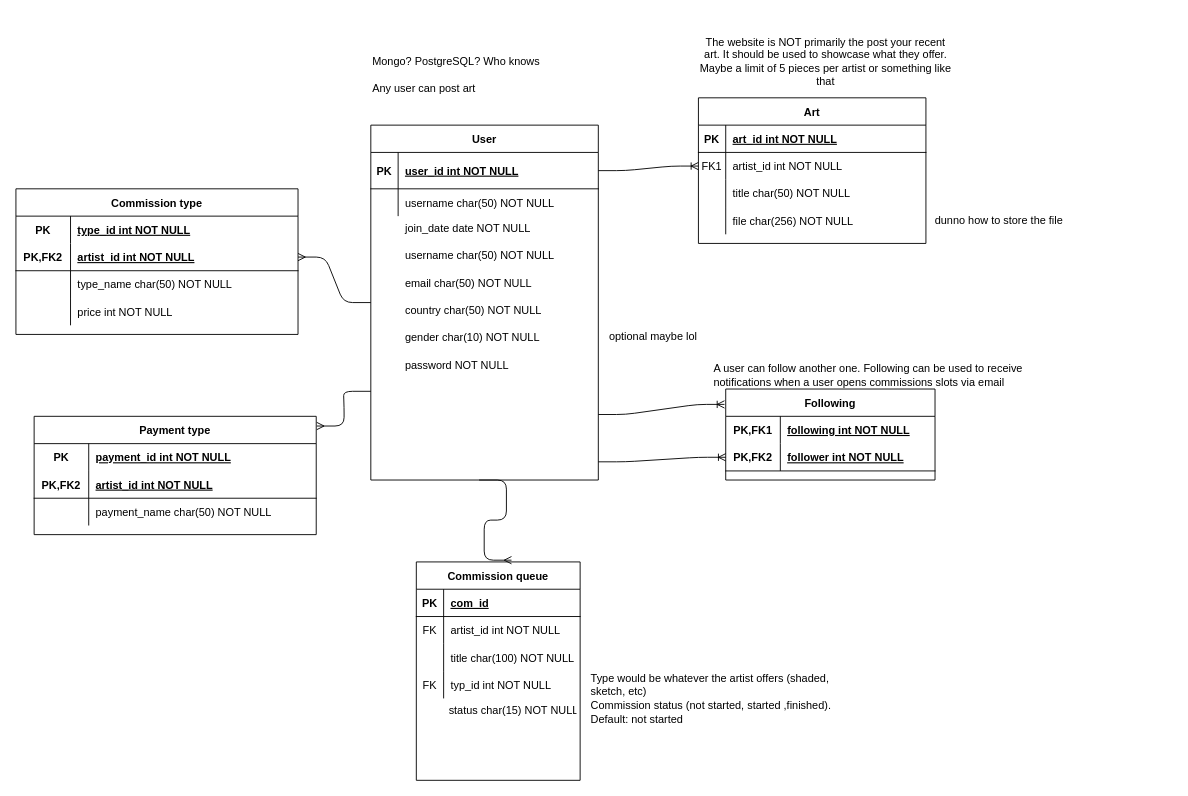
luismzk/commission-website keeps this draw.io diagram as Untitled Diagram.drawio. Above is the earlier version. Source tidied: cells renumbered, new cells numbered last; positions are measured from the earlier drawing's top-left corner, leaving out a move shared by most shapes. Both pictures are drawn from the tidied source at 91%, with x=0, y=0 at pixel (15, 15).
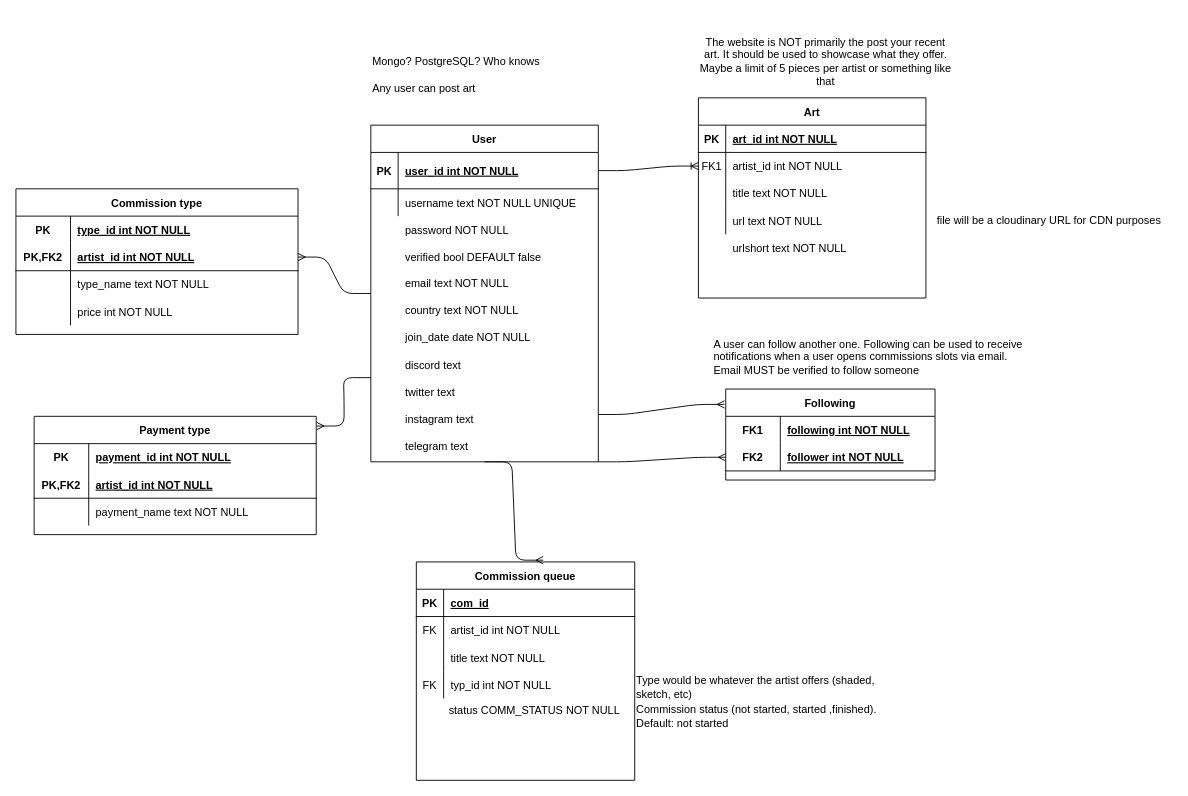
The same diagram, later.

Unchanged cells that the change refers to:
```xml
<mxCell id="20" style="shape=partialRectangle;fillColor=none;top=0;left=0;right=0;bottom=0;" parent="16" vertex="1">
  <mxGeometry y="70" width="250" height="30" as="geometry" />
</mxCell>
<mxCell id="56" value="Following" style="shape=table;startSize=30;childLayout=tableLayout;rowLines=0;fontStyle=1;align=center;" parent="1" vertex="1">
  <mxGeometry x="780" y="410" width="230" height="100" as="geometry" />
</mxCell>
<mxCell id="57" style="shape=partialRectangle;fillColor=none;top=0;left=0;bottom=0;right=0;" parent="56" vertex="1">
  <mxGeometry y="30" width="230" height="30" as="geometry" />
</mxCell>
<mxCell id="60" style="shape=partialRectangle;fillColor=none;top=0;left=0;bottom=1;right=0;points=[[0,0.5],[1,0.5]];portConstraint=eastwest;" parent="56" vertex="1">
  <mxGeometry y="60" width="230" height="30" as="geometry" />
</mxCell>
<mxCell id="70" style="shape=partialRectangle;fillColor=none;top=0;left=0;bottom=0;right=0;" parent="63" vertex="1">
  <mxGeometry y="90" width="310" height="30" as="geometry" />
</mxCell>
<mxCell id="84" style="shape=partialRectangle;fillColor=none;top=0;left=0;bottom=0;right=0;" parent="77" vertex="1">
  <mxGeometry y="90" width="310" height="30" as="geometry" />
</mxCell>
```

The edit, as a diff of the source:
```diff
@@
     <mxCell id="3" value="Art" style="shape=table;startSize=30;childLayout=tableLayout;rowLines=0;fontStyle=1;align=center;" parent="1" vertex="1">
-      <mxGeometry x="750" y="90" width="250" height="160" as="geometry" />
+      <mxGeometry x="750" y="90" width="250" height="220" as="geometry" />
     </mxCell>
@@
     <mxCell id="16" value="User" style="shape=table;startSize=30;childLayout=tableLayout;rowLines=0;fontStyle=1;align=center;" parent="1" vertex="1">
-      <mxGeometry x="390" y="120" width="250" height="390" as="geometry" />
+      <mxGeometry x="390" y="120" width="250" height="370" as="geometry" />
     </mxCell>
@@
-    <mxCell id="22" value="username char(50) NOT NULL" style="shape=partialRectangle;overflow=hidden;fillColor=none;top=0;left=0;bottom=0;right=0;align=left;spacingLeft=6;" parent="20" vertex="1">
+    <mxCell id="22" value="username text NOT NULL UNIQUE" style="shape=partialRectangle;overflow=hidden;fillColor=none;top=0;left=0;bottom=0;right=0;align=left;spacingLeft=6;" parent="20" vertex="1">
       <mxGeometry x="30" width="220" height="30" as="geometry" />
     </mxCell>
@@
     <mxCell id="24" value="join_date date NOT NULL" style="shape=partialRectangle;overflow=hidden;fillColor=none;top=0;left=0;bottom=0;right=0;align=left;spacingLeft=6;" parent="1" vertex="1">
-      <mxGeometry x="420" y="218" width="220" height="30" as="geometry" />
+      <mxGeometry x="420" y="338" width="220" height="30" as="geometry" />
     </mxCell>
-    <mxCell id="25" value="username char(50) NOT NULL" style="shape=partialRectangle;overflow=hidden;fillColor=none;top=0;left=0;bottom=0;right=0;align=left;spacingLeft=6;" parent="1" vertex="1">
-      <mxGeometry x="420" y="248" width="220" height="30" as="geometry" />
-    </mxCell>
-    <mxCell id="26" value="email char(50) NOT NULL" style="shape=partialRectangle;overflow=hidden;fillColor=none;top=0;left=0;bottom=0;right=0;align=left;spacingLeft=6;" parent="1" vertex="1">
+    <mxCell id="26" value="email text NOT NULL" style="shape=partialRectangle;overflow=hidden;fillColor=none;top=0;left=0;bottom=0;right=0;align=left;spacingLeft=6;" parent="1" vertex="1">
       <mxGeometry x="420" y="278" width="220" height="30" as="geometry" />
     </mxCell>
-    <mxCell id="27" value="country char(50) NOT NULL" style="shape=partialRectangle;overflow=hidden;fillColor=none;top=0;left=0;bottom=0;right=0;align=left;spacingLeft=6;" parent="1" vertex="1">
+    <mxCell id="27" value="country text NOT NULL" style="shape=partialRectangle;overflow=hidden;fillColor=none;top=0;left=0;bottom=0;right=0;align=left;spacingLeft=6;" parent="1" vertex="1">
       <mxGeometry x="420" y="308" width="220" height="30" as="geometry" />
     </mxCell>
-    <mxCell id="28" value="gender char(10) NOT NULL" style="shape=partialRectangle;overflow=hidden;fillColor=none;top=0;left=0;bottom=0;right=0;align=left;spacingLeft=6;" parent="1" vertex="1">
-      <mxGeometry x="420" y="338" width="220" height="30" as="geometry" />
-    </mxCell>
-    <mxCell id="29" value="optional maybe lol" style="text;html=1;align=center;verticalAlign=middle;" parent="1" vertex="1">
-      <mxGeometry x="640" y="343" width="120" height="20" as="geometry" />
-    </mxCell>
-    <mxCell id="30" value="title char(50) NOT NULL" style="shape=partialRectangle;overflow=hidden;fillColor=none;top=0;left=0;bottom=0;right=0;align=left;spacingLeft=6;" parent="1" vertex="1">
+    <mxCell id="30" value="title text NOT NULL" style="shape=partialRectangle;overflow=hidden;fillColor=none;top=0;left=0;bottom=0;right=0;align=left;spacingLeft=6;" parent="1" vertex="1">
       <mxGeometry x="780" y="180" width="220" height="30" as="geometry" />
     </mxCell>
-    <mxCell id="31" value="file char(256) NOT NULL" style="shape=partialRectangle;overflow=hidden;fillColor=none;top=0;left=0;bottom=0;right=0;align=left;spacingLeft=6;" parent="1" vertex="1">
+    <mxCell id="31" value="url text NOT NULL" style="shape=partialRectangle;overflow=hidden;fillColor=none;top=0;left=0;bottom=0;right=0;align=left;spacingLeft=6;" parent="1" vertex="1">
       <mxGeometry x="780" y="210" width="220" height="30" as="geometry" />
     </mxCell>
-    <mxCell id="32" value="dunno how to store the file" style="text;html=1;align=center;verticalAlign=middle;" parent="1" vertex="1">
-      <mxGeometry x="1000" y="215" width="160" height="20" as="geometry" />
+    <mxCell id="32" value="file will be a cloudinary URL for CDN purposes" style="text;html=1;align=center;verticalAlign=middle;" parent="1" vertex="1">
+      <mxGeometry x="1000" y="215" width="270" height="20" as="geometry" />
     </mxCell>
@@
-    <mxCell id="34" value="A user can follow another one. Following can be used to receive notifications when a user opens commissions slots via email" style="text;html=1;strokeColor=none;fillColor=none;align=left;verticalAlign=middle;whiteSpace=wrap;rounded=0;" parent="1" vertex="1">
-      <mxGeometry x="765" y="380" width="390" height="30" as="geometry" />
+    <mxCell id="34" value="&lt;div&gt;A user can follow another one. Following can be used to receive notifications when a user opens commissions slots via email.&lt;/div&gt;&lt;div&gt;Email MUST be verified to follow someone&lt;br&gt;&lt;/div&gt;" style="text;html=1;strokeColor=none;fillColor=none;align=left;verticalAlign=middle;whiteSpace=wrap;rounded=0;" parent="1" vertex="1">
+      <mxGeometry x="765" y="340" width="390" height="70" as="geometry" />
     </mxCell>
     <mxCell id="35" value="password NOT NULL" style="shape=partialRectangle;overflow=hidden;fillColor=none;top=0;left=0;bottom=0;right=0;align=left;spacingLeft=6;" parent="1" vertex="1">
-      <mxGeometry x="420" y="368" width="220" height="30" as="geometry" />
+      <mxGeometry x="420" y="220" width="220" height="30" as="geometry" />
     </mxCell>
@@
-    <mxCell id="37" style="edgeStyle=entityRelationEdgeStyle;fontSize=12;html=1;endArrow=ERoneToMany;startArrow=none;entryX=-0.006;entryY=0.169;entryDx=0;entryDy=0;entryPerimeter=0;startFill=0;" parent="1" edge="1" target="56">
+    <mxCell id="37" style="edgeStyle=entityRelationEdgeStyle;fontSize=12;html=1;endArrow=ERmany;startArrow=none;entryX=-0.006;entryY=0.169;entryDx=0;entryDy=0;entryPerimeter=0;startFill=0;endFill=0;" parent="1" edge="1" target="56">
       <mxGeometry relative="1" as="geometry">
         <mxPoint x="640" y="438" as="sourcePoint" />
       </mxGeometry>
     </mxCell>
-    <mxCell id="38" style="edgeStyle=entityRelationEdgeStyle;fontSize=12;html=1;endArrow=ERoneToMany;startArrow=none;entryX=0;entryY=0.5;entryDx=0;entryDy=0;startFill=0;endFill=0;" parent="1" edge="1" target="60">
+    <mxCell id="38" style="edgeStyle=entityRelationEdgeStyle;fontSize=12;html=1;endArrow=ERmany;startArrow=none;entryX=0;entryY=0.5;entryDx=0;entryDy=0;startFill=0;endFill=0;" parent="1" edge="1" target="60">
       <mxGeometry relative="1" as="geometry">
         <mxPoint x="640" y="490" as="sourcePoint" />
       </mxGeometry>
     </mxCell>
     <mxCell id="39" value="Commission queue" style="shape=table;startSize=30;childLayout=tableLayout;rowLines=0;fontStyle=1;align=center;" parent="1" vertex="1">
-      <mxGeometry x="440" y="600" width="180" height="240" as="geometry" />
+      <mxGeometry x="440" y="600" width="240" height="240" as="geometry" />
     </mxCell>
     <mxCell id="40" style="shape=partialRectangle;fillColor=none;top=0;left=0;bottom=1;right=0;" parent="39" vertex="1">
-      <mxGeometry y="30" width="180" height="30" as="geometry" />
+      <mxGeometry y="30" width="240" height="30" as="geometry" />
     </mxCell>
@@
     <mxCell id="42" value="com_id" style="shape=partialRectangle;fillColor=none;top=0;left=0;bottom=0;right=0;align=left;spacingLeft=6;fontStyle=5;overflow=hidden;" parent="40" vertex="1">
-      <mxGeometry x="30" width="150" height="30" as="geometry" />
+      <mxGeometry x="30" width="210" height="30" as="geometry" />
     </mxCell>
     <mxCell id="43" style="shape=partialRectangle;fillColor=none;top=0;left=0;bottom=0;right=0;" parent="39" vertex="1">
-      <mxGeometry y="60" width="180" height="30" as="geometry" />
+      <mxGeometry y="60" width="240" height="30" as="geometry" />
     </mxCell>
@@
     <mxCell id="45" value="artist_id int NOT NULL" style="shape=partialRectangle;fillColor=none;top=0;left=0;bottom=0;right=0;align=left;spacingLeft=6;overflow=hidden;" parent="43" vertex="1">
-      <mxGeometry x="30" width="150" height="30" as="geometry" />
+      <mxGeometry x="30" width="210" height="30" as="geometry" />
     </mxCell>
     <mxCell id="46" style="shape=partialRectangle;fillColor=none;top=0;left=0;bottom=0;right=0;" parent="39" vertex="1">
-      <mxGeometry y="90" width="180" height="30" as="geometry" />
+      <mxGeometry y="90" width="240" height="30" as="geometry" />
     </mxCell>
@@
-    <mxCell id="48" value="title char(100) NOT NULL" style="shape=partialRectangle;fillColor=none;top=0;left=0;bottom=0;right=0;align=left;spacingLeft=6;overflow=hidden;" parent="46" vertex="1">
-      <mxGeometry x="30" width="150" height="30" as="geometry" />
+    <mxCell id="48" value="title text NOT NULL" style="shape=partialRectangle;fillColor=none;top=0;left=0;bottom=0;right=0;align=left;spacingLeft=6;overflow=hidden;" parent="46" vertex="1">
+      <mxGeometry x="30" width="210" height="30" as="geometry" />
     </mxCell>
     <mxCell id="49" style="shape=partialRectangle;fillColor=none;top=0;left=0;bottom=0;right=0;" parent="39" vertex="1">
-      <mxGeometry y="120" width="180" height="30" as="geometry" />
+      <mxGeometry y="120" width="240" height="30" as="geometry" />
     </mxCell>
@@
     <mxCell id="51" value="typ_id int NOT NULL " style="shape=partialRectangle;fillColor=none;top=0;left=0;bottom=0;right=0;align=left;spacingLeft=6;overflow=hidden;" parent="49" vertex="1">
-      <mxGeometry x="30" width="150" height="30" as="geometry" />
+      <mxGeometry x="30" width="210" height="30" as="geometry" />
     </mxCell>
-    <mxCell id="52" style="edgeStyle=entityRelationEdgeStyle;fontSize=12;html=1;endArrow=ERmany;entryX=0.581;entryY=-0.008;entryDx=0;entryDy=0;entryPerimeter=0;" parent="1" edge="1" target="39">
-      <mxGeometry relative="1" as="geometry">
-        <mxPoint x="509" y="510" as="sourcePoint" />
-      </mxGeometry>
+    <mxCell id="52" style="edgeStyle=entityRelationEdgeStyle;fontSize=12;html=1;endArrow=ERmany;entryX=0.581;entryY=-0.008;entryDx=0;entryDy=0;entryPerimeter=0;exitX=0.5;exitY=1;exitDx=0;exitDy=0;" parent="1" edge="1" source="16" target="39">
+      <mxGeometry relative="1" as="geometry" />
     </mxCell>
     <mxCell id="53" value="&lt;div align=&quot;left&quot;&gt;Type would be whatever the artist offers (shaded, sketch, etc)&lt;/div&gt;" style="text;html=1;strokeColor=none;fillColor=none;align=left;verticalAlign=middle;whiteSpace=wrap;rounded=0;" parent="1" vertex="1">
-      <mxGeometry x="630" y="700" width="300" height="70" as="geometry" />
+      <mxGeometry x="680" y="720" width="300" height="35" as="geometry" />
     </mxCell>
-    <mxCell id="54" value="status char(15) NOT NULL" style="text;strokeColor=none;fillColor=none;spacingLeft=4;spacingRight=4;overflow=hidden;fontSize=12;" parent="1" vertex="1">
-      <mxGeometry x="470" y="750" width="150" height="30" as="geometry" />
+    <mxCell id="54" value="status COMM_STATUS NOT NULL" style="text;strokeColor=none;fillColor=none;spacingLeft=4;spacingRight=4;overflow=hidden;fontSize=12;" parent="1" vertex="1">
+      <mxGeometry x="470" y="750" width="210" height="30" as="geometry" />
     </mxCell>
     <mxCell id="55" value="Commission status (not started, started ,finished). Default: not started" style="text;html=1;strokeColor=none;fillColor=none;align=left;verticalAlign=middle;whiteSpace=wrap;rounded=0;" parent="1" vertex="1">
-      <mxGeometry x="630" y="755" width="310" height="20" as="geometry" />
+      <mxGeometry x="680" y="760" width="310" height="20" as="geometry" />
     </mxCell>
@@
-    <mxCell id="58" value="PK,FK1" style="shape=partialRectangle;fillColor=none;top=0;left=0;bottom=0;right=0;fontStyle=1;overflow=hidden;" parent="57" vertex="1">
+    <mxCell id="58" value="FK1" style="shape=partialRectangle;fillColor=none;top=0;left=0;bottom=0;right=0;fontStyle=1;overflow=hidden;" parent="57" vertex="1">
       <mxGeometry width="60" height="30" as="geometry" />
     </mxCell>
@@
-    <mxCell id="61" value="PK,FK2" style="shape=partialRectangle;fillColor=none;top=0;left=0;bottom=0;right=0;fontStyle=1;overflow=hidden;" parent="60" vertex="1">
+    <mxCell id="61" value="FK2" style="shape=partialRectangle;fillColor=none;top=0;left=0;bottom=0;right=0;fontStyle=1;overflow=hidden;" parent="60" vertex="1">
       <mxGeometry width="60" height="30" as="geometry" />
     </mxCell>
@@
-    <mxCell id="72" value="type_name char(50) NOT NULL" style="shape=partialRectangle;fillColor=none;top=0;left=0;bottom=0;right=0;align=left;spacingLeft=6;overflow=hidden;" parent="70" vertex="1">
+    <mxCell id="72" value="type_name text NOT NULL" style="shape=partialRectangle;fillColor=none;top=0;left=0;bottom=0;right=0;align=left;spacingLeft=6;overflow=hidden;" parent="70" vertex="1">
       <mxGeometry x="60" width="250" height="30" as="geometry" />
     </mxCell>
@@
-    <mxCell id="86" value="payment_name char(50) NOT NULL" style="shape=partialRectangle;fillColor=none;top=0;left=0;bottom=0;right=0;align=left;spacingLeft=6;overflow=hidden;" parent="84" vertex="1">
+    <mxCell id="86" value="payment_name text NOT NULL" style="shape=partialRectangle;fillColor=none;top=0;left=0;bottom=0;right=0;align=left;spacingLeft=6;overflow=hidden;" parent="84" vertex="1">
       <mxGeometry x="60" width="250" height="30" as="geometry" />
     </mxCell>
@@
+    <mxCell id="88" value="twitter text " style="shape=partialRectangle;overflow=hidden;fillColor=none;top=0;left=0;bottom=0;right=0;align=left;spacingLeft=6;" parent="1" vertex="1">
+      <mxGeometry x="420" y="398" width="220" height="30" as="geometry" />
+    </mxCell>
+    <mxCell id="89" value="discord text " style="shape=partialRectangle;overflow=hidden;fillColor=none;top=0;left=0;bottom=0;right=0;align=left;spacingLeft=6;" parent="1" vertex="1">
+      <mxGeometry x="420" y="368" width="220" height="30" as="geometry" />
+    </mxCell>
+    <mxCell id="90" value="instagram text " style="shape=partialRectangle;overflow=hidden;fillColor=none;top=0;left=0;bottom=0;right=0;align=left;spacingLeft=6;" parent="1" vertex="1">
+      <mxGeometry x="420" y="428" width="220" height="30" as="geometry" />
+    </mxCell>
+    <mxCell id="91" value="telegram text " style="shape=partialRectangle;overflow=hidden;fillColor=none;top=0;left=0;bottom=0;right=0;align=left;spacingLeft=6;" parent="1" vertex="1">
+      <mxGeometry x="420" y="458" width="220" height="30" as="geometry" />
+    </mxCell>
+    <mxCell id="92" value="verified bool DEFAULT false " style="shape=partialRectangle;overflow=hidden;fillColor=none;top=0;left=0;bottom=0;right=0;align=left;spacingLeft=6;" parent="1" vertex="1">
+      <mxGeometry x="420" y="250" width="220" height="30" as="geometry" />
+    </mxCell>
+    <mxCell id="93" value="urlshort text NOT NULL" style="shape=partialRectangle;overflow=hidden;fillColor=none;top=0;left=0;bottom=0;right=0;align=left;spacingLeft=6;" parent="1" vertex="1">
+      <mxGeometry x="780" y="240" width="220" height="30" as="geometry" />
+    </mxCell>
```
